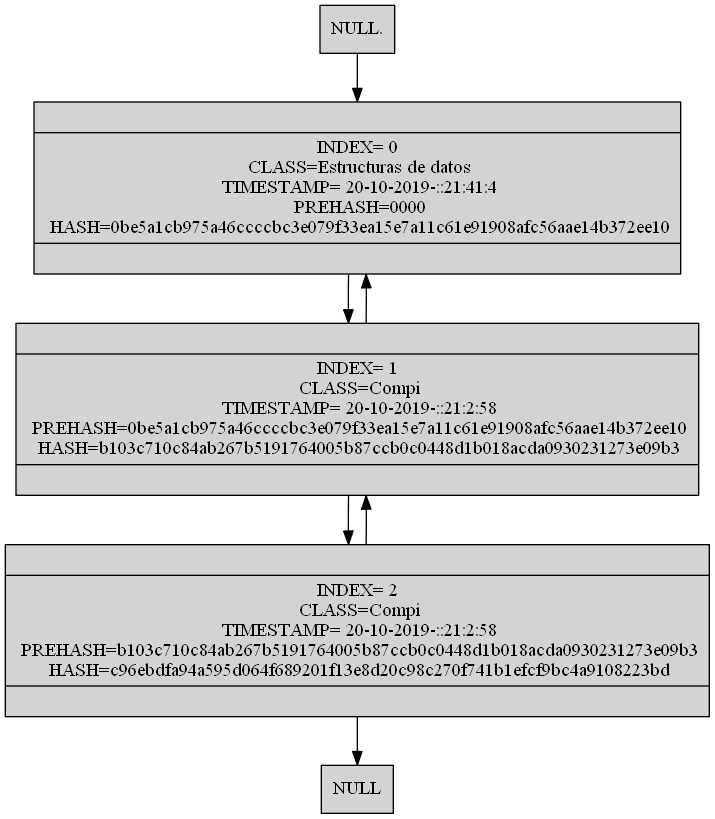
Above: [EDD]P2_201701133/ListaDobleBlock.png in SelvinLP/EDD_2S2019_P2_201701133 (Graphviz), before the change. Its source is kept beside it as [EDD]P2_201701133/ListaDobleBlock.dot.
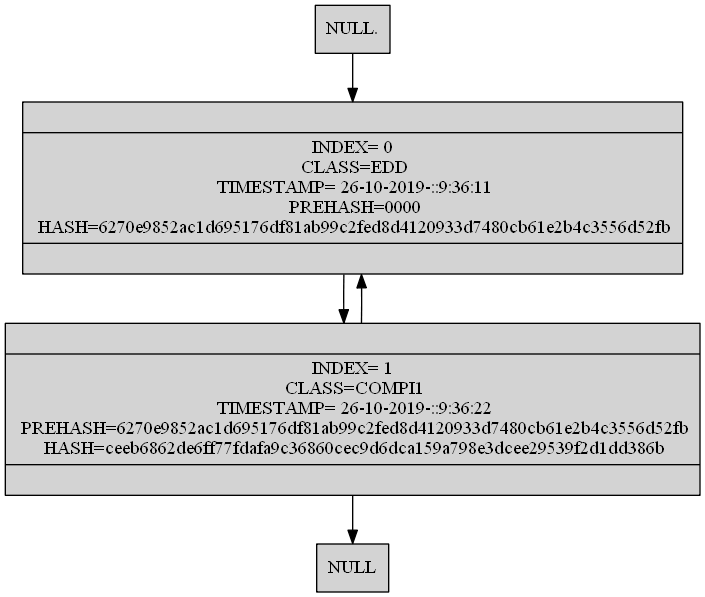
After the change.

Diff of the diagram source:
```diff
@@ -4,11 +4,10 @@
 node[shape=record,style=filled]
 "NULL" [shape=box]
 "NULL." [shape=box]
- "(Estructuras de datos0)"[label ="{| INDEX= 0\n CLASS=Estructuras de datos\n TIMESTAMP= 20-10-2019-::21:41:4\n PREHASH=0000\n HASH=0be5a1cb975a46ccccbc3e079f33ea15e7a11c61e91908afc56aae14b372ee10| }"]
- "(Compi1)"[label ="{| INDEX= 1\n CLASS=Compi\n TIMESTAMP= 20-10-2019-::21:2:58\n PREHASH=0be5a1cb975a46ccccbc3e079f33ea15e7a11c61e91908afc56aae14b372ee10\n HASH=b103c710c84ab267b5191764005b87ccb0c0448d1b018acda0930231273e09b3| }"]
- "(Compi2)"[label ="{| INDEX= 2\n CLASS=Compi\n TIMESTAMP= 20-10-2019-::21:2:58\n PREHASH=b103c710c84ab267b5191764005b87ccb0c0448d1b018acda0930231273e09b3\n HASH=c96ebdfa94a595d064f689201f13e8d20c98c270f741b1efcf9bc4a9108223bd| }"]
+ "(EDD0)"[label ="{| INDEX= 0\n CLASS=EDD\n TIMESTAMP= 26-10-2019-::9:36:11\n PREHASH=0000\n HASH=6270e9852ac1d695176df81ab99c2fed8d4120933d7480cb61e2b4c3556d52fb| }"]
+ "(COMPI11)"[label ="{| INDEX= 1\n CLASS=COMPI1\n TIMESTAMP= 26-10-2019-::9:36:22\n PREHASH=6270e9852ac1d695176df81ab99c2fed8d4120933d7480cb61e2b4c3556d52fb\n HASH=ceeb6862de6ff77fdafa9c36860cec9d6dca159a798e3dcee29539f2d1dd386b| }"]
 
-"NULL." ->  "(Estructuras de datos0)" ->  "(Compi1)" ->  "(Compi2)" -> "NULL"
- "(Estructuras de datos0)" ->  "(Compi1)" ->  "(Compi2)"[dir=back]
+"NULL." ->  "(EDD0)" ->  "(COMPI11)" -> "NULL"
+ "(EDD0)" ->  "(COMPI11)"[dir=back]
 
 }
```
